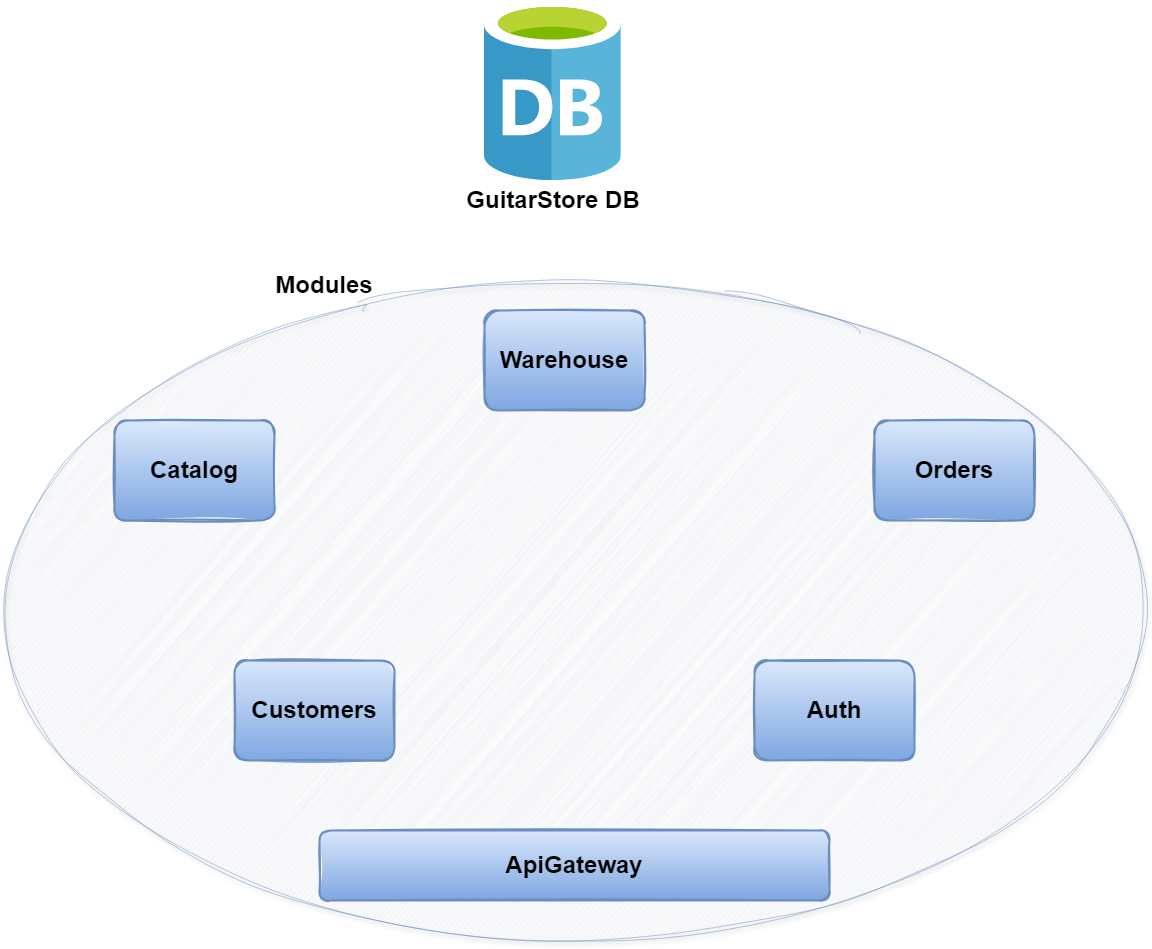
The draw.io diagram GuitarStore_Architecture.png in Kamil9223/GuitarStore, before a commit. Source tidied: cells renumbered, new cells last; positions are measured from the earlier drawing's top-left corner, leaving out a move shared by most shapes.
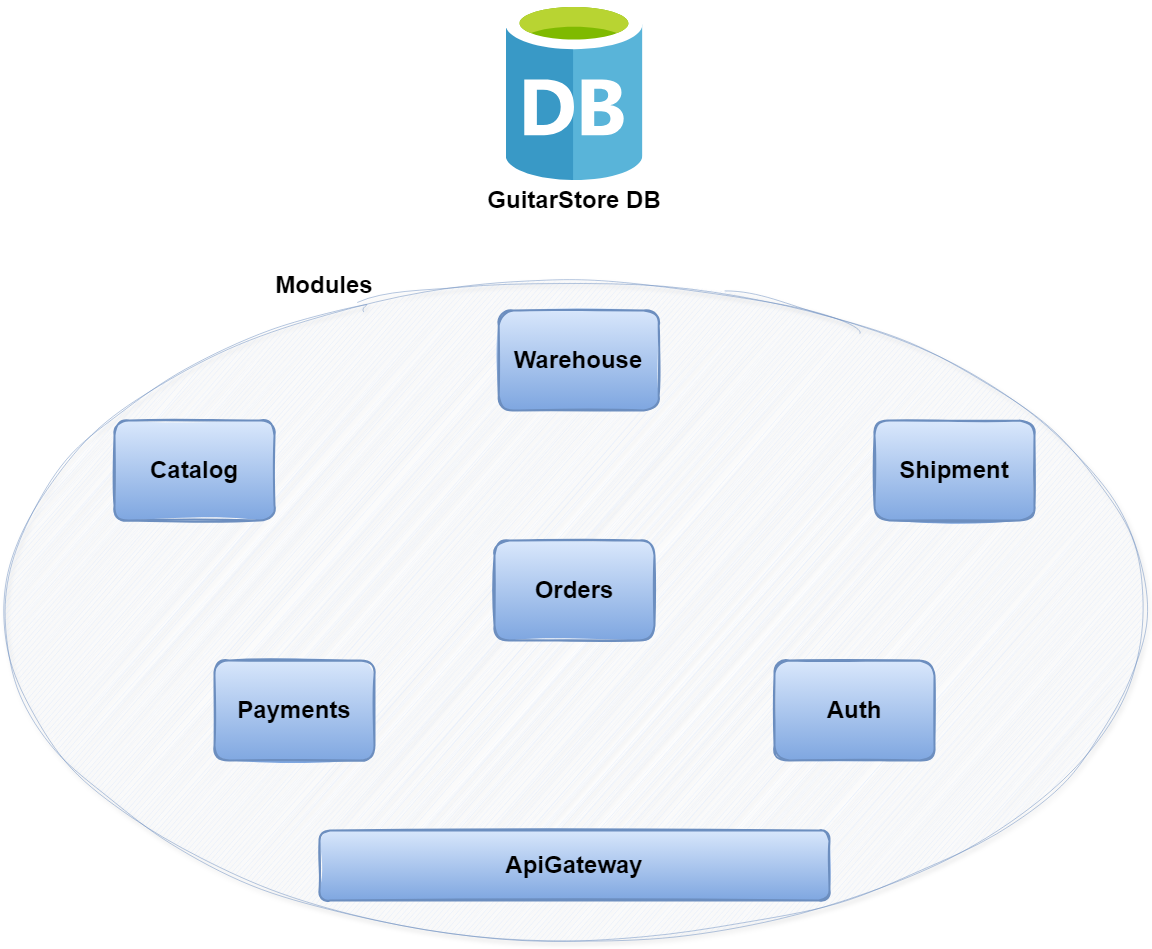
The same diagram one commit later.

What changed in the source:
```diff
@@ -6,10 +6,10 @@
       <mxGeometry y="280" width="1140" height="660" as="geometry" />
     </mxCell>
     <mxCell id="3" style="image;sketch=0;html=1;align=center;fontSize=12;image=img/lib/mscae/Database_General.svg;" parent="1" vertex="1">
-      <mxGeometry x="480" width="136.8" height="180" as="geometry" />
+      <mxGeometry x="501.6" width="136.8" height="180" as="geometry" />
     </mxCell>
     <mxCell id="4" value="&lt;h1&gt;GuitarStore DB&lt;/h1&gt;" style="text;strokeColor=none;align=center;fillColor=none;html=1;verticalAlign=middle;whiteSpace=wrap;rounded=0;" parent="1" vertex="1">
-      <mxGeometry x="442.6" y="180" width="211.6" height="40" as="geometry" />
+      <mxGeometry x="464.2" y="180" width="211.6" height="40" as="geometry" />
     </mxCell>
     <mxCell id="5" style="rounded=1;whiteSpace=wrap;html=1;strokeWidth=2;fillWeight=4;hachureGap=8;hachureAngle=45;fillColor=#dae8fc;sketch=1;textShadow=0;labelBorderColor=none;strokeColor=#6c8ebf;gradientColor=#7ea6e0;" parent="1" vertex="1">
       <mxGeometry x="110" y="420" width="160" height="100" as="geometry" />
@@ -21,28 +21,28 @@
       <mxGeometry x="290" y="270" width="60" height="30" as="geometry" />
     </mxCell>
     <mxCell id="8" style="rounded=1;whiteSpace=wrap;html=1;strokeWidth=2;fillWeight=4;hachureGap=8;hachureAngle=45;fillColor=#dae8fc;sketch=1;textShadow=0;labelBorderColor=none;strokeColor=#6c8ebf;gradientColor=#7ea6e0;" parent="1" vertex="1">
-      <mxGeometry x="480" y="310" width="160" height="100" as="geometry" />
+      <mxGeometry x="494.2" y="310" width="160" height="100" as="geometry" />
     </mxCell>
     <mxCell id="9" value="&lt;h1&gt;Warehouse&lt;/h1&gt;" style="text;strokeColor=none;align=center;fillColor=none;html=1;verticalAlign=middle;whiteSpace=wrap;rounded=0;" parent="1" vertex="1">
-      <mxGeometry x="520" y="330" width="80" height="60" as="geometry" />
+      <mxGeometry x="534.2" y="330" width="80" height="60" as="geometry" />
     </mxCell>
     <mxCell id="10" style="rounded=1;whiteSpace=wrap;html=1;strokeWidth=2;fillWeight=4;hachureGap=8;hachureAngle=45;fillColor=#dae8fc;sketch=1;textShadow=0;labelBorderColor=none;strokeColor=#6c8ebf;gradientColor=#7ea6e0;" parent="1" vertex="1">
-      <mxGeometry x="870" y="420" width="160" height="100" as="geometry" />
+      <mxGeometry x="490" y="540" width="160" height="100" as="geometry" />
     </mxCell>
     <mxCell id="11" value="&lt;h1&gt;Orders&lt;/h1&gt;" style="text;strokeColor=none;align=center;fillColor=none;html=1;verticalAlign=middle;whiteSpace=wrap;rounded=0;" parent="1" vertex="1">
-      <mxGeometry x="910" y="440" width="80" height="60" as="geometry" />
+      <mxGeometry x="530" y="560" width="80" height="60" as="geometry" />
     </mxCell>
     <mxCell id="12" style="rounded=1;whiteSpace=wrap;html=1;strokeWidth=2;fillWeight=4;hachureGap=8;hachureAngle=45;fillColor=#dae8fc;sketch=1;textShadow=0;labelBorderColor=none;strokeColor=#6c8ebf;gradientColor=#7ea6e0;" parent="1" vertex="1">
-      <mxGeometry x="230" y="660" width="160" height="100" as="geometry" />
+      <mxGeometry x="210" y="660" width="160" height="100" as="geometry" />
     </mxCell>
-    <mxCell id="13" value="&lt;h1&gt;Customers&lt;/h1&gt;" style="text;strokeColor=none;align=center;fillColor=none;html=1;verticalAlign=middle;whiteSpace=wrap;rounded=0;" parent="1" vertex="1">
-      <mxGeometry x="270" y="680" width="80" height="60" as="geometry" />
+    <mxCell id="13" value="&lt;h1&gt;Payments&lt;/h1&gt;" style="text;strokeColor=none;align=center;fillColor=none;html=1;verticalAlign=middle;whiteSpace=wrap;rounded=0;" parent="1" vertex="1">
+      <mxGeometry x="250" y="680" width="80" height="60" as="geometry" />
     </mxCell>
     <mxCell id="14" style="rounded=1;whiteSpace=wrap;html=1;strokeWidth=2;fillWeight=4;hachureGap=8;hachureAngle=45;fillColor=#dae8fc;sketch=1;textShadow=0;labelBorderColor=none;strokeColor=#6c8ebf;gradientColor=#7ea6e0;" parent="1" vertex="1">
-      <mxGeometry x="750" y="660" width="160" height="100" as="geometry" />
+      <mxGeometry x="770" y="660" width="160" height="100" as="geometry" />
     </mxCell>
     <mxCell id="15" value="&lt;h1&gt;Auth&lt;/h1&gt;" style="text;strokeColor=none;align=center;fillColor=none;html=1;verticalAlign=middle;whiteSpace=wrap;rounded=0;" parent="1" vertex="1">
-      <mxGeometry x="790" y="680" width="80" height="60" as="geometry" />
+      <mxGeometry x="810" y="680" width="80" height="60" as="geometry" />
     </mxCell>
     <mxCell id="16" style="rounded=1;whiteSpace=wrap;html=1;strokeWidth=2;fillWeight=4;hachureGap=8;hachureAngle=45;fillColor=#dae8fc;sketch=1;textShadow=0;labelBorderColor=none;strokeColor=#6c8ebf;gradientColor=#7ea6e0;" parent="1" vertex="1">
       <mxGeometry x="315" y="830" width="510" height="70" as="geometry" />
@@ -50,5 +50,11 @@
     <mxCell id="17" value="&lt;h1&gt;ApiGateway&lt;/h1&gt;" style="text;strokeColor=none;align=center;fillColor=none;html=1;verticalAlign=middle;whiteSpace=wrap;rounded=0;" parent="1" vertex="1">
       <mxGeometry x="530" y="835" width="80" height="60" as="geometry" />
     </mxCell>
+    <mxCell id="18" style="rounded=1;whiteSpace=wrap;html=1;strokeWidth=2;fillWeight=4;hachureGap=8;hachureAngle=45;fillColor=#dae8fc;sketch=1;textShadow=0;labelBorderColor=none;strokeColor=#6c8ebf;gradientColor=#7ea6e0;" parent="1" vertex="1">
+      <mxGeometry x="870" y="420" width="160" height="100" as="geometry" />
+    </mxCell>
+    <mxCell id="19" value="&lt;h1&gt;Shipment&lt;/h1&gt;" style="text;strokeColor=none;align=center;fillColor=none;html=1;verticalAlign=middle;whiteSpace=wrap;rounded=0;" parent="1" vertex="1">
+      <mxGeometry x="910" y="440" width="80" height="60" as="geometry" />
+    </mxCell>
   </root>
 </mxGraphModel>
```
